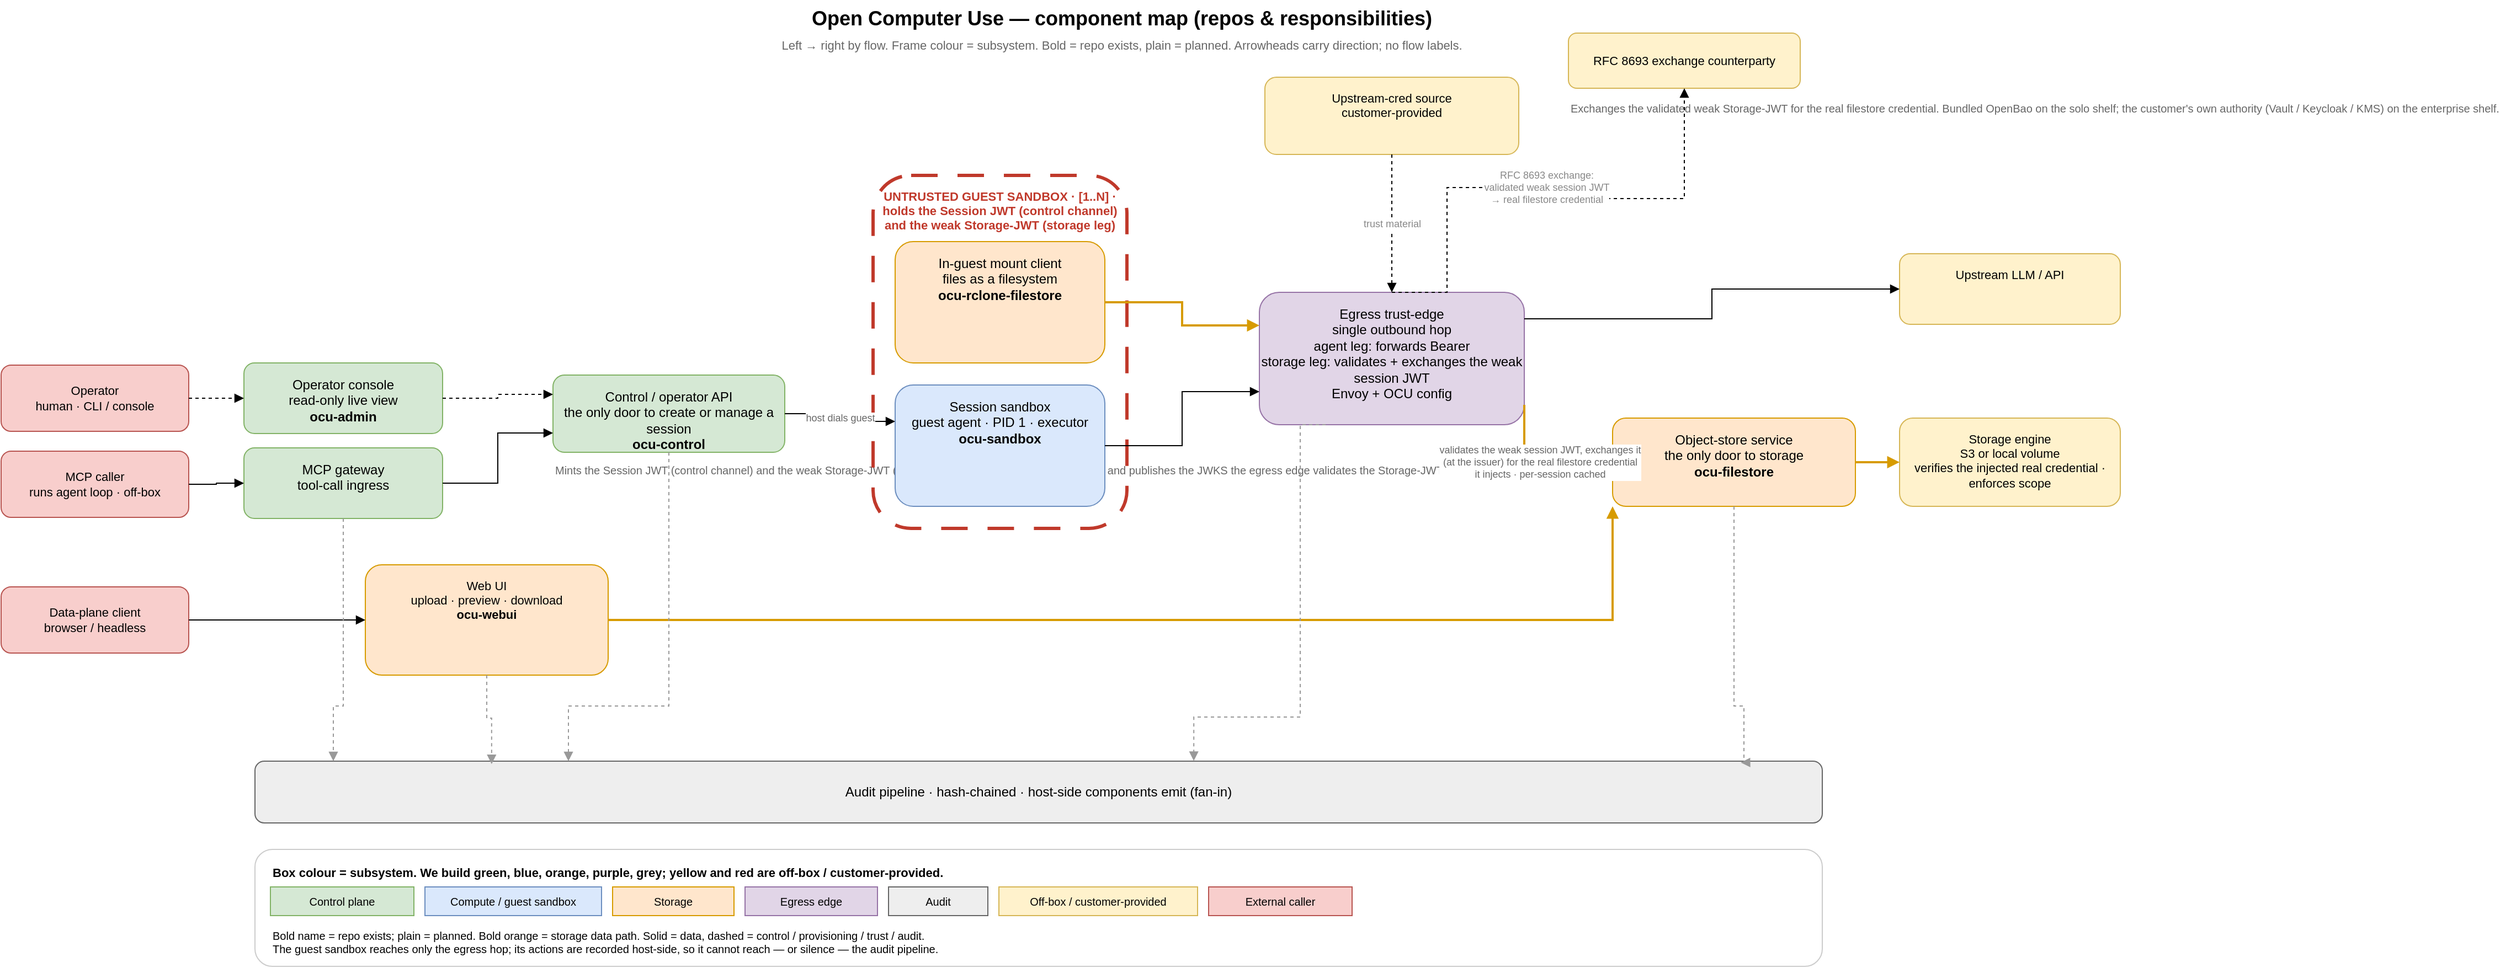
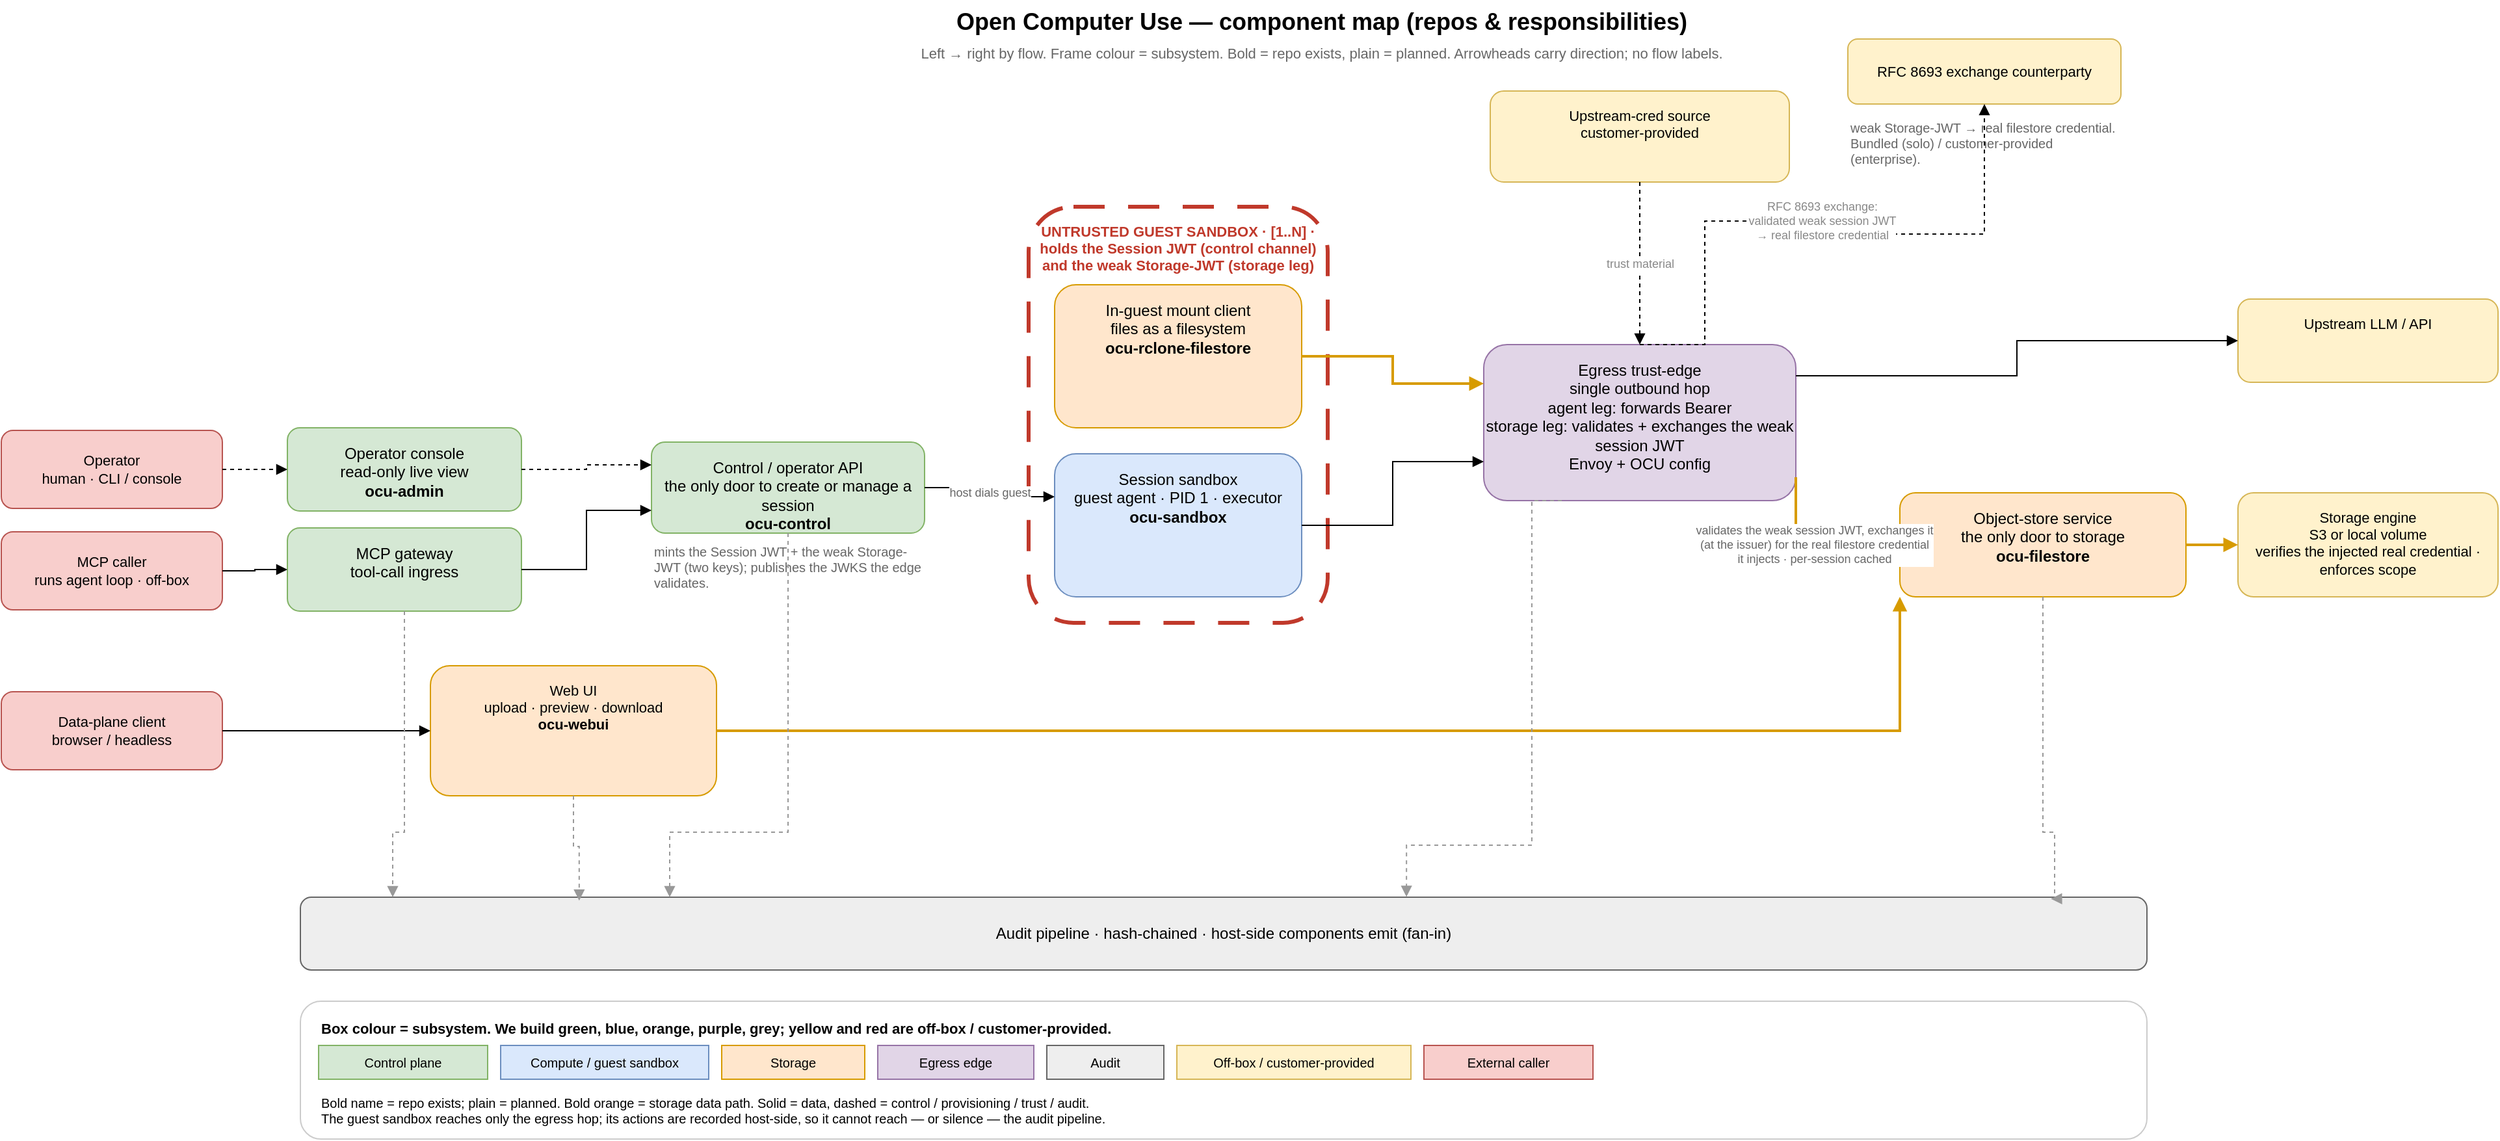
<mxfile host="65bd71144e">
    <diagram id="ocu-components" name="Component map">
        <mxGraphModel dx="1078" dy="1662" grid="1" gridSize="10" guides="1" tooltips="1" connect="1" arrows="1" fold="1" page="1" pageScale="1" pageWidth="2000" pageHeight="900" math="0" shadow="0">
            <root>
                <mxCell id="0"/>
                <mxCell id="1" parent="0"/>
                <mxCell id="title" value="Open Computer Use — component map (repos &amp; responsibilities)" style="text;html=1;strokeColor=none;fillColor=none;fontSize=18;fontStyle=1;align=center;" parent="1" vertex="1">
                    <mxGeometry x="700" y="20" width="710" height="28" as="geometry"/>
                </mxCell>
                <mxCell id="sub" value="Left → right by flow. Frame colour = subsystem. Bold = repo exists, plain = planned. Arrowheads carry direction; no flow labels." style="text;html=1;strokeColor=none;fillColor=none;fontSize=11;fontColor=#666;align=center;" parent="1" vertex="1">
                    <mxGeometry x="700" y="48" width="710" height="16" as="geometry"/>
                </mxCell>
                <mxCell id="x-peer" value="MCP caller&#xa;runs agent loop · off-box" style="rounded=1;whiteSpace=wrap;html=1;fillColor=#f8cecc;strokeColor=#b85450;fontSize=11;" parent="1" vertex="1">
                    <mxGeometry x="40" y="429" width="170" height="60" as="geometry"/>
                </mxCell>
                <mxCell id="x-op" value="Operator&#xa;human · CLI / console" style="rounded=1;whiteSpace=wrap;html=1;fillColor=#f8cecc;strokeColor=#b85450;fontSize=11;" parent="1" vertex="1">
                    <mxGeometry x="40" y="351" width="170" height="60" as="geometry"/>
                </mxCell>
                <mxCell id="x-dpc" value="Data-plane client&#xa;browser / headless" style="rounded=1;whiteSpace=wrap;html=1;fillColor=#f8cecc;strokeColor=#b85450;fontSize=11;" parent="1" vertex="1">
                    <mxGeometry x="40" y="552" width="170" height="60" as="geometry"/>
                </mxCell>
                <mxCell id="o-issuer" value="RFC 8693 exchange counterparty" style="rounded=1;whiteSpace=wrap;html=1;fillColor=#fff2cc;strokeColor=#d6b656;fontSize=11;verticalAlign=middle;align=center;" parent="1" vertex="1">
                    <mxGeometry x="1460" y="50" width="210" height="50" as="geometry"/>
                </mxCell>
-                 <mxCell id="o-issuer-note" value="Exchanges the validated weak Storage-JWT for the real filestore credential. Bundled OpenBao on the solo shelf; the customer's own authority (Vault / Keycloak / KMS) on the enterprise shelf." style="text;html=1;strokeColor=none;fillColor=none;fontSize=10;fontColor=#666;align=left;verticalAlign=top;" parent="1" vertex="1">
-                     <mxGeometry x="1460" y="106" width="210" height="64" as="geometry"/>
+                 <mxCell id="o-issuer-note" value="weak Storage-JWT → real filestore credential. Bundled (solo) / customer-provided (enterprise)." style="text;html=1;whiteSpace=wrap;strokeColor=none;fillColor=none;fontSize=10;fontColor=#666;align=left;verticalAlign=top;" parent="1" vertex="1">
+                     <mxGeometry x="1460" y="106" width="210" height="50" as="geometry"/>
                </mxCell>
                <mxCell id="c01" value="MCP gateway&#xa;tool-call ingress" style="rounded=1;whiteSpace=wrap;html=1;fillColor=#d5e8d4;strokeColor=#82b366;fontSize=12;verticalAlign=top;spacingTop=6;" parent="1" vertex="1">
                    <mxGeometry x="260" y="426" width="180" height="64" as="geometry"/>
                </mxCell>
                <mxCell id="cadmin" value="Operator console&#xa;read-only live view&#xa;&lt;b&gt;ocu-admin&lt;/b&gt;" style="rounded=1;whiteSpace=wrap;html=1;fillColor=#d5e8d4;strokeColor=#82b366;fontSize=12;verticalAlign=top;spacingTop=6;" parent="1" vertex="1">
                    <mxGeometry x="260" y="349" width="180" height="64" as="geometry"/>
                </mxCell>
                <mxCell id="c02" value="Control / operator API&#xa;the only door to create or manage a session&#xa;&lt;b&gt;ocu-control&lt;/b&gt;" style="rounded=1;whiteSpace=wrap;html=1;fillColor=#d5e8d4;strokeColor=#82b366;fontSize=12;verticalAlign=top;spacingTop=6;" parent="1" vertex="1">
                    <mxGeometry x="540" y="360" width="210" height="70" as="geometry"/>
                </mxCell>
-                 <mxCell id="c02-note" value="Mints the Session JWT (control channel) and the weak Storage-JWT (storage leg) — two distinct keys it holds — and publishes the JWKS the egress edge validates the Storage-JWT against." style="text;html=1;strokeColor=none;fillColor=none;fontSize=10;fontColor=#666;align=left;verticalAlign=top;" parent="1" vertex="1">
-                     <mxGeometry x="540" y="434" width="210" height="56" as="geometry"/>
+                 <mxCell id="c02-note" value="mints the Session JWT + the weak Storage-JWT (two keys); publishes the JWKS the edge validates." style="text;html=1;whiteSpace=wrap;strokeColor=none;fillColor=none;fontSize=10;fontColor=#666;align=left;verticalAlign=top;" parent="1" vertex="1">
+                     <mxGeometry x="540" y="432" width="210" height="42" as="geometry"/>
                </mxCell>
                <mxCell id="guestframe" value="UNTRUSTED GUEST SANDBOX · [1..N] · holds the Session JWT (control channel) and the weak Storage-JWT (storage leg)" style="rounded=1;whiteSpace=wrap;html=1;fillColor=none;strokeColor=#c0392b;strokeWidth=3;dashed=1;dashPattern=8 6;fontSize=11;fontStyle=1;fontColor=#c0392b;verticalAlign=top;align=center;spacingTop=6;" parent="1" vertex="1">
                    <mxGeometry x="830" y="179" width="230" height="320" as="geometry"/>
                </mxCell>
                <mxCell id="g-agent" value="Session sandbox&#xa;guest agent · PID 1 · executor&#xa;&lt;b&gt;ocu-sandbox&lt;/b&gt;" style="rounded=1;whiteSpace=wrap;html=1;fillColor=#dae8fc;strokeColor=#6c8ebf;fontSize=12;verticalAlign=top;spacingTop=6;" parent="guestframe" vertex="1">
                    <mxGeometry x="20" y="190" width="190" height="110" as="geometry"/>
                </mxCell>
                <mxCell id="g-mount" value="In-guest mount client&#xa;files as a filesystem&#xa;&lt;b&gt;ocu-rclone-filestore&lt;/b&gt;" style="rounded=1;whiteSpace=wrap;html=1;fillColor=#ffe6cc;strokeColor=#d79b00;fontSize=12;verticalAlign=top;spacingTop=6;" parent="guestframe" vertex="1">
                    <mxGeometry x="20" y="60" width="190" height="110" as="geometry"/>
                </mxCell>
                <mxCell id="c06" value="Egress trust-edge&#xa;single outbound hop&#xa;agent leg: forwards Bearer&#xa;storage leg: validates + exchanges the weak session JWT&#xa;Envoy + OCU config" style="rounded=1;whiteSpace=wrap;html=1;fillColor=#e1d5e7;strokeColor=#9673a6;fontSize=12;verticalAlign=top;spacingTop=6;" parent="1" vertex="1">
                    <mxGeometry x="1180" y="285" width="240" height="120" as="geometry"/>
                </mxCell>
                <mxCell id="c08" value="Web UI&#xa;upload · preview · download&#xa;&lt;b&gt;ocu-webui&lt;/b&gt;" style="rounded=1;whiteSpace=wrap;html=1;fillColor=#ffe6cc;strokeColor=#d79b00;fontSize=11;verticalAlign=top;spacingTop=6;" parent="1" vertex="1">
                    <mxGeometry x="370" y="532" width="220" height="100" as="geometry"/>
                </mxCell>
                <mxCell id="c04" value="Object-store service&#xa;the only door to storage&#xa;&lt;b&gt;ocu-filestore&lt;/b&gt;" style="rounded=1;whiteSpace=wrap;html=1;fillColor=#ffe6cc;strokeColor=#d79b00;fontSize=12;verticalAlign=top;spacingTop=6;" parent="1" vertex="1">
                    <mxGeometry x="1500" y="399" width="220" height="80" as="geometry"/>
                </mxCell>
                <mxCell id="o-up" value="Upstream LLM / API" style="rounded=1;whiteSpace=wrap;html=1;fillColor=#fff2cc;strokeColor=#d6b656;fontSize=11;verticalAlign=top;spacingTop=6;" parent="1" vertex="1">
                    <mxGeometry x="1760" y="250" width="200" height="64" as="geometry"/>
                </mxCell>
                <mxCell id="o-sds" value="Upstream-cred source&#xa;customer-provided" style="rounded=1;whiteSpace=wrap;html=1;fillColor=#fff2cc;strokeColor=#d6b656;fontSize=11;verticalAlign=top;spacingTop=6;" parent="1" vertex="1">
                    <mxGeometry x="1185" y="90" width="230" height="70" as="geometry"/>
                </mxCell>
                <mxCell id="o-backend" value="Storage engine&#xa;S3 or local volume&#xa;verifies the injected real credential · enforces scope" style="rounded=1;whiteSpace=wrap;html=1;fillColor=#fff2cc;strokeColor=#d6b656;fontSize=11;verticalAlign=top;spacingTop=6;" parent="1" vertex="1">
                    <mxGeometry x="1760" y="399" width="200" height="80" as="geometry"/>
                </mxCell>
                <mxCell id="c07" value="Audit pipeline · hash-chained · host-side components emit (fan-in)" style="rounded=1;whiteSpace=wrap;html=1;fillColor=#eeeeee;strokeColor=#666666;fontSize=12;verticalAlign=middle;align=center;" parent="1" vertex="1">
                    <mxGeometry x="270" y="710" width="1420" height="56" as="geometry"/>
                </mxCell>
                <mxCell id="e-peer" style="edgeStyle=orthogonalEdgeStyle;html=1;rounded=0;endArrow=block;exitX=1;exitY=0.5;entryX=0;entryY=0.5;" parent="1" source="x-peer" target="c01" edge="1">
                    <mxGeometry relative="1" as="geometry"/>
                </mxCell>
                <mxCell id="e-gw-ctrl" style="edgeStyle=orthogonalEdgeStyle;html=1;rounded=0;endArrow=block;exitX=1;exitY=0.5;entryX=0;entryY=0.75;entryDx=0;entryDy=0;" parent="1" source="c01" target="c02" edge="1">
                    <mxGeometry relative="1" as="geometry"/>
                </mxCell>
                <mxCell id="e-ctrl-sbx" value="host dials guest" style="edgeStyle=orthogonalEdgeStyle;html=1;rounded=0;endArrow=block;fontSize=9;fontColor=#666;exitX=1;exitY=0.5;entryX=0;entryY=0.3;" parent="1" source="c02" target="g-agent" edge="1">
                    <mxGeometry relative="1" as="geometry"/>
                </mxCell>
                <mxCell id="e-op-admin" style="edgeStyle=orthogonalEdgeStyle;html=1;rounded=0;endArrow=block;dashed=1;exitX=1;exitY=0.5;entryX=0;entryY=0.5;exitDx=0;exitDy=0;" parent="1" source="x-op" target="cadmin" edge="1">
                    <mxGeometry relative="1" as="geometry"/>
                </mxCell>
                <mxCell id="e-admin-ctrl" style="edgeStyle=orthogonalEdgeStyle;html=1;rounded=0;endArrow=block;dashed=1;exitX=1;exitY=0.5;entryX=0;entryY=0.25;entryDx=0;entryDy=0;" parent="1" source="cadmin" target="c02" edge="1">
                    <mxGeometry relative="1" as="geometry"/>
                </mxCell>
                <mxCell id="e-egr-iss" value="RFC 8693 exchange:&#xa;validated weak session JWT&#xa;→ real filestore credential" style="edgeStyle=orthogonalEdgeStyle;html=1;rounded=0;endArrow=block;dashed=1;fontSize=9;fontColor=#888;exitX=0.5;exitY=0;entryX=0.5;entryY=1;exitDx=0;exitDy=0;" parent="1" source="c06" target="o-issuer" edge="1">
                    <mxGeometry relative="1" as="geometry">
                        <mxPoint x="645" y="189" as="sourcePoint"/>
                        <Array as="points">
                            <mxPoint x="1350" y="285"/>
                            <mxPoint x="1350" y="190"/>
                            <mxPoint x="1450" y="190"/>
                            <mxPoint x="1450" y="200"/>
                            <mxPoint x="1565" y="200"/>
                        </Array>
                    </mxGeometry>
                </mxCell>
                <mxCell id="e-mount-egr" style="edgeStyle=orthogonalEdgeStyle;html=1;rounded=0;endArrow=block;strokeWidth=2;strokeColor=#d79b00;exitX=1;exitY=0.5;entryX=0;entryY=0.25;entryDx=0;entryDy=0;" parent="1" source="g-mount" target="c06" edge="1">
                    <mxGeometry relative="1" as="geometry"/>
                </mxCell>
                <mxCell id="e-egr-backend" value="validates the weak session JWT, exchanges it&#xa;(at the issuer) for the real filestore credential&#xa;it injects · per-session cached" style="edgeStyle=orthogonalEdgeStyle;html=1;rounded=0;endArrow=block;strokeWidth=2;strokeColor=#d79b00;fontSize=9;fontColor=#666;exitX=1;exitY=0.85;entryX=0;entryY=0.5;entryDx=0;entryDy=0;" parent="1" source="c06" target="c04" edge="1">
                    <mxGeometry relative="1" as="geometry">
                        <Array as="points">
                            <mxPoint x="1500" y="439"/>
                            <mxPoint x="1500" y="439"/>
                        </Array>
                    </mxGeometry>
                </mxCell>
                <mxCell id="e-dpc" style="edgeStyle=orthogonalEdgeStyle;html=1;rounded=0;endArrow=block;exitX=1;exitY=0.5;entryX=0;entryY=0.5;" parent="1" source="x-dpc" target="c08" edge="1">
                    <mxGeometry relative="1" as="geometry"/>
                </mxCell>
                <mxCell id="e-webui-c04" style="edgeStyle=orthogonalEdgeStyle;html=1;rounded=0;endArrow=block;strokeWidth=2;strokeColor=#d79b00;exitX=1;exitY=0.5;entryX=0;entryY=1;entryDx=0;entryDy=0;" parent="1" source="c08" target="c04" edge="1">
                    <mxGeometry relative="1" as="geometry"/>
                </mxCell>
                <mxCell id="e-c04-backend" style="edgeStyle=orthogonalEdgeStyle;html=1;rounded=0;endArrow=block;strokeWidth=2;strokeColor=#d79b00;exitX=1;exitY=0.5;entryX=0;entryY=0.5;entryDx=0;entryDy=0;" parent="1" source="c04" target="o-backend" edge="1">
                    <mxGeometry relative="1" as="geometry"/>
                </mxCell>
                <mxCell id="e-agent-egr" style="edgeStyle=orthogonalEdgeStyle;html=1;rounded=0;endArrow=block;exitX=1;exitY=0.5;entryX=0;entryY=0.75;entryDx=0;entryDy=0;" parent="1" source="g-agent" target="c06" edge="1">
                    <mxGeometry relative="1" as="geometry"/>
                </mxCell>
                <mxCell id="e-egr-up" style="edgeStyle=orthogonalEdgeStyle;html=1;rounded=0;endArrow=block;exitX=1;exitY=0.2;entryX=0;entryY=0.5;" parent="1" source="c06" target="o-up" edge="1">
                    <mxGeometry relative="1" as="geometry"/>
                </mxCell>
                <mxCell id="e-sds-egr" value="trust material" style="edgeStyle=orthogonalEdgeStyle;html=1;rounded=0;endArrow=block;dashed=1;fontSize=9;fontColor=#888;exitX=0.5;exitY=1;entryX=0.5;entryY=0;exitDx=0;exitDy=0;" parent="1" source="o-sds" target="c06" edge="1">
                    <mxGeometry relative="1" as="geometry">
                        <mxPoint x="1295" y="189" as="sourcePoint"/>
                    </mxGeometry>
                </mxCell>
                <mxCell id="e-gw-audit" style="edgeStyle=orthogonalEdgeStyle;html=1;rounded=0;endArrow=block;dashed=1;strokeColor=#999;exitX=0.5;exitY=1;entryX=0.05;entryY=0;" parent="1" source="c01" target="c07" edge="1">
                    <mxGeometry relative="1" as="geometry">
                        <Array as="points">
                            <mxPoint x="350" y="660"/>
                            <mxPoint x="341" y="660"/>
                        </Array>
                    </mxGeometry>
                </mxCell>
                <mxCell id="e-ctrl-audit" style="edgeStyle=orthogonalEdgeStyle;html=1;rounded=0;endArrow=block;dashed=1;strokeColor=#999;exitX=0.5;exitY=1;entryX=0.2;entryY=0;" parent="1" source="c02" target="c07" edge="1">
                    <mxGeometry relative="1" as="geometry">
                        <Array as="points">
                            <mxPoint x="645" y="660"/>
                            <mxPoint x="554" y="660"/>
                        </Array>
                    </mxGeometry>
                </mxCell>
                <mxCell id="e-egr-audit" style="edgeStyle=orthogonalEdgeStyle;html=1;rounded=0;endArrow=block;dashed=1;strokeColor=#999;exitX=0.25;exitY=1;entryX=0.599;entryY=-0.005;exitDx=0;exitDy=0;entryDx=0;entryDy=0;entryPerimeter=0;" parent="1" source="c06" target="c07" edge="1">
                    <mxGeometry relative="1" as="geometry">
                        <Array as="points">
                            <mxPoint x="1217" y="670"/>
                            <mxPoint x="1121" y="670"/>
                        </Array>
                    </mxGeometry>
                </mxCell>
                <mxCell id="e-c04-audit" style="edgeStyle=orthogonalEdgeStyle;html=1;rounded=0;endArrow=block;dashed=1;strokeColor=#999;exitX=0.5;exitY=1;entryX=0.948;entryY=0.022;entryDx=0;entryDy=0;entryPerimeter=0;" parent="1" source="c04" target="c07" edge="1">
                    <mxGeometry relative="1" as="geometry">
                        <Array as="points">
                            <mxPoint x="1610" y="660"/>
                            <mxPoint x="1619" y="660"/>
                            <mxPoint x="1619" y="711"/>
                        </Array>
                    </mxGeometry>
                </mxCell>
                <mxCell id="e-c08-audit" style="edgeStyle=orthogonalEdgeStyle;html=1;rounded=0;endArrow=block;dashed=1;strokeColor=#999;exitX=0.5;exitY=1;entryX=0.151;entryY=0.047;entryDx=0;entryDy=0;entryPerimeter=0;" parent="1" source="c08" target="c07" edge="1">
                    <mxGeometry relative="1" as="geometry"/>
                </mxCell>
                <mxCell id="legendbox" value="" style="rounded=1;whiteSpace=wrap;html=1;fillColor=#ffffff;strokeColor=#cccccc;" parent="1" vertex="1">
                    <mxGeometry x="270" y="790" width="1420" height="106" as="geometry"/>
                </mxCell>
                <mxCell id="legendtitle" value="Box colour = subsystem. We build green, blue, orange, purple, grey; yellow and red are off-box / customer-provided." style="text;html=1;strokeColor=none;fillColor=none;fontSize=11;fontStyle=1;align=left;" parent="legendbox" vertex="1">
                    <mxGeometry x="14" y="8" width="1390" height="18" as="geometry"/>
                </mxCell>
                <mxCell id="sw-green" value="Control plane" style="rounded=0;whiteSpace=wrap;html=1;fillColor=#d5e8d4;strokeColor=#82b366;fontSize=10;" parent="legendbox" vertex="1">
                    <mxGeometry x="14" y="34" width="130" height="26" as="geometry"/>
                </mxCell>
                <mxCell id="sw-blue" value="Compute / guest sandbox" style="rounded=0;whiteSpace=wrap;html=1;fillColor=#dae8fc;strokeColor=#6c8ebf;fontSize=10;" parent="legendbox" vertex="1">
                    <mxGeometry x="154" y="34" width="160" height="26" as="geometry"/>
                </mxCell>
                <mxCell id="sw-orange" value="Storage" style="rounded=0;whiteSpace=wrap;html=1;fillColor=#ffe6cc;strokeColor=#d79b00;fontSize=10;" parent="legendbox" vertex="1">
                    <mxGeometry x="324" y="34" width="110" height="26" as="geometry"/>
                </mxCell>
                <mxCell id="sw-purple" value="Egress edge" style="rounded=0;whiteSpace=wrap;html=1;fillColor=#e1d5e7;strokeColor=#9673a6;fontSize=10;" parent="legendbox" vertex="1">
                    <mxGeometry x="444" y="34" width="120" height="26" as="geometry"/>
                </mxCell>
                <mxCell id="sw-grey" value="Audit" style="rounded=0;whiteSpace=wrap;html=1;fillColor=#eeeeee;strokeColor=#666666;fontSize=10;" parent="legendbox" vertex="1">
                    <mxGeometry x="574" y="34" width="90" height="26" as="geometry"/>
                </mxCell>
                <mxCell id="sw-yellow" value="Off-box / customer-provided" style="rounded=0;whiteSpace=wrap;html=1;fillColor=#fff2cc;strokeColor=#d6b656;fontSize=10;" parent="legendbox" vertex="1">
                    <mxGeometry x="674" y="34" width="180" height="26" as="geometry"/>
                </mxCell>
                <mxCell id="sw-red" value="External caller" style="rounded=0;whiteSpace=wrap;html=1;fillColor=#f8cecc;strokeColor=#b85450;fontSize=10;" parent="legendbox" vertex="1">
                    <mxGeometry x="864" y="34" width="130" height="26" as="geometry"/>
                </mxCell>
                <mxCell id="legendtext" value="Bold name = repo exists; plain = planned.   Bold orange = storage data path.   Solid = data, dashed = control / provisioning / trust / audit.&#xa;The guest sandbox reaches only the egress hop; its actions are recorded host-side, so it cannot reach — or silence — the audit pipeline." style="text;html=1;strokeColor=none;fillColor=none;fontSize=10;align=left;" parent="legendbox" vertex="1">
                    <mxGeometry x="14" y="66" width="1390" height="32" as="geometry"/>
                </mxCell>
            </root>
        </mxGraphModel>
    </diagram>
</mxfile>